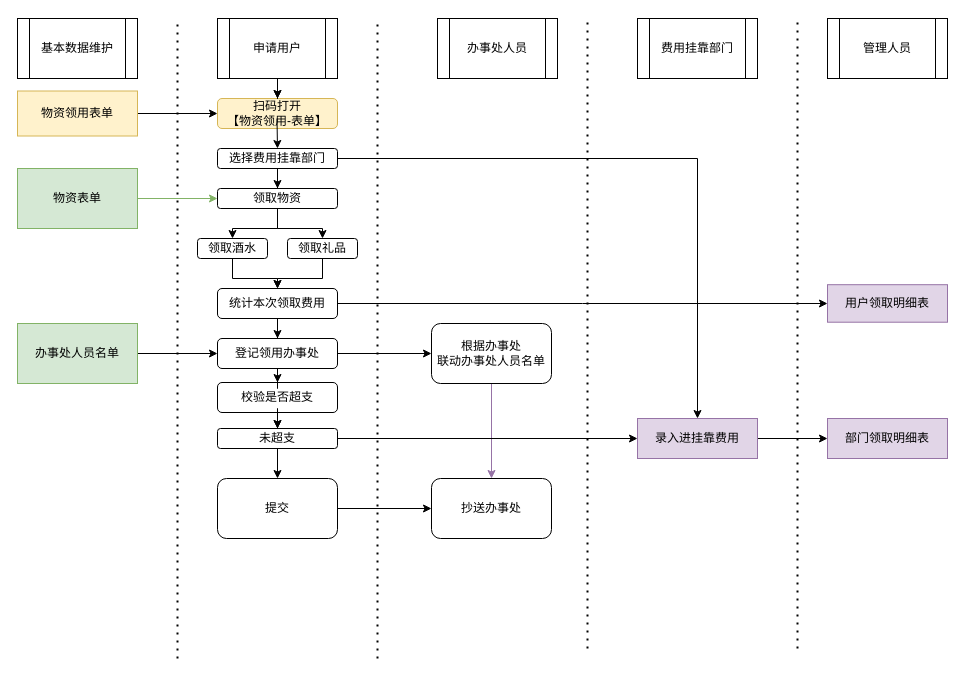
Above: 礼品领用.drawio in Rosecanoe/Intern-Summer-Guangzhou (draw.io), before the change. Source tidied: cells renumbered, new cells numbered last; positions are measured from the earlier drawing's top-left corner, leaving out a move shared by most shapes. Both pictures are drawn from the tidied source at 100%, with x=0, y=0 at pixel (17, 18).
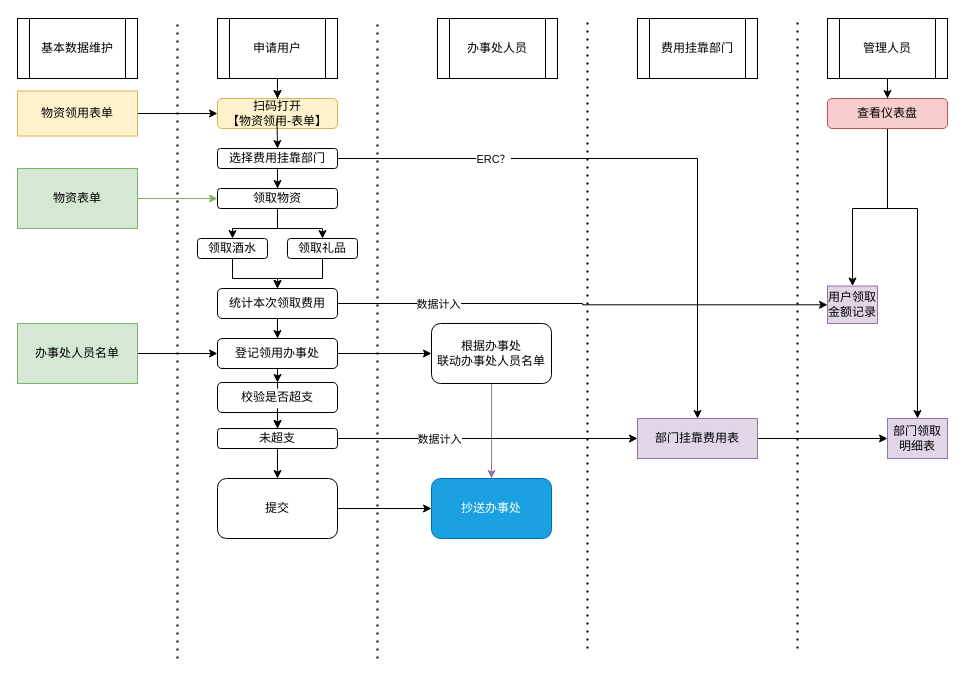
The same page after the edit.

Commit message (it also covers changes not shown here):
更新礼品领用.drawio

Unchanged cells that the change refers to:
```xml
<mxCell id="21" style="edgeStyle=orthogonalEdgeStyle;rounded=0;jettySize=auto;html=1;entryX=0.5;entryY=0;entryDx=0;entryDy=0;" parent="1" edge="1" source="22" target="50">
  <mxGeometry relative="1" as="geometry" />
</mxCell>
<mxCell id="28" style="edgeStyle=orthogonalEdgeStyle;rounded=0;jettySize=auto;html=1;" parent="1" edge="1" source="29" target="45">
  <mxGeometry relative="1" as="geometry" />
</mxCell>
<mxCell id="42" value="管理人员" style="shape=process;whiteSpace=wrap;html=1;backgroundOutline=1;" parent="1" vertex="1">
  <mxGeometry x="810" width="120" height="60" as="geometry" />
</mxCell>
<mxCell id="47" style="edgeStyle=orthogonalEdgeStyle;rounded=0;jettySize=auto;html=1;" parent="1" edge="1" source="48" target="50">
  <mxGeometry relative="1" as="geometry" />
</mxCell>
```

Change to the diagram source:
```diff
@@
-    <mxCell id="17" value="抄送办事处" style="rounded=1;whiteSpace=wrap;html=1;" parent="1" vertex="1">
+    <mxCell id="17" value="抄送办事处" style="rounded=1;whiteSpace=wrap;html=1;fillColor=#1ba1e2;fontColor=#ffffff;strokeColor=#006EAF;" parent="1" vertex="1">
       <mxGeometry x="414" y="460" width="120" height="60" as="geometry" />
     </mxCell>
@@
+    <mxCell id="52" value="ERC？" style="edgeLabel;html=1;align=center;verticalAlign=middle;" parent="21" vertex="1">
+      <mxGeometry x="-0.54" y="1" relative="1" as="geometry">
+        <mxPoint x="12" y="1" as="offset" />
+      </mxGeometry>
+    </mxCell>
@@
+    <mxCell id="53" value="数据计入" style="edgeLabel;html=1;align=center;verticalAlign=middle;" parent="28" vertex="1">
+      <mxGeometry x="-0.63" relative="1" as="geometry">
+        <mxPoint x="9" as="offset" />
+      </mxGeometry>
+    </mxCell>
@@
+    <mxCell id="54" style="edgeStyle=orthogonalEdgeStyle;rounded=0;jettySize=auto;html=1;entryX=0.5;entryY=0;entryDx=0;entryDy=0;" parent="1" edge="1" source="42" target="58">
+      <mxGeometry relative="1" as="geometry" />
+    </mxCell>
@@
-    <mxCell id="45" value="用户领取明细表" style="rounded=0;whiteSpace=wrap;html=1;fillColor=#e1d5e7;strokeColor=#9673a6;" parent="1" vertex="1">
-      <mxGeometry x="810" y="266.2" width="120" height="37.5" as="geometry" />
+    <mxCell id="45" value="用户领取金额记录" style="rounded=0;whiteSpace=wrap;html=1;fillColor=#e1d5e7;strokeColor=#9673a6;" parent="1" vertex="1">
+      <mxGeometry x="810" y="267.5" width="50" height="37.5" as="geometry" />
     </mxCell>
@@
+    <mxCell id="55" value="数据计入" style="edgeLabel;html=1;align=center;verticalAlign=middle;" parent="47" vertex="1">
+      <mxGeometry x="-0.21" y="-1" relative="1" as="geometry">
+        <mxPoint x="-18" y="-1" as="offset" />
+      </mxGeometry>
+    </mxCell>
@@
-    <mxCell id="50" value="录入进挂靠费用" style="rounded=0;whiteSpace=wrap;html=1;fillColor=#e1d5e7;strokeColor=#9673a6;" parent="1" vertex="1">
+    <mxCell id="50" value="部门挂靠费用表" style="rounded=0;whiteSpace=wrap;html=1;fillColor=#e1d5e7;strokeColor=#9673a6;" parent="1" vertex="1">
       <mxGeometry x="620" y="400" width="120" height="40" as="geometry" />
     </mxCell>
     <mxCell id="51" value="部门领取明细表" style="rounded=0;whiteSpace=wrap;html=1;fillColor=#e1d5e7;strokeColor=#9673a6;" parent="1" vertex="1">
-      <mxGeometry x="810" y="400" width="120" height="40" as="geometry" />
+      <mxGeometry x="870" y="400" width="60" height="40" as="geometry" />
     </mxCell>
+    <mxCell id="56" style="edgeStyle=orthogonalEdgeStyle;rounded=0;jettySize=auto;html=1;entryX=0.5;entryY=0;entryDx=0;entryDy=0;" parent="1" edge="1" source="58" target="45">
+      <mxGeometry relative="1" as="geometry">
+        <Array as="points">
+          <mxPoint x="870" y="190" />
+          <mxPoint x="835" y="190" />
+        </Array>
+      </mxGeometry>
+    </mxCell>
+    <mxCell id="57" style="edgeStyle=orthogonalEdgeStyle;rounded=0;jettySize=auto;html=1;" parent="1" edge="1" source="58" target="51">
+      <mxGeometry relative="1" as="geometry">
+        <Array as="points">
+          <mxPoint x="870" y="190" />
+          <mxPoint x="900" y="190" />
+        </Array>
+      </mxGeometry>
+    </mxCell>
+    <mxCell id="58" value="查看仪表盘" style="rounded=1;whiteSpace=wrap;html=1;fillColor=#f8cecc;strokeColor=#b85450;" parent="1" vertex="1">
+      <mxGeometry x="810" y="80" width="120" height="30" as="geometry" />
+    </mxCell>
```
